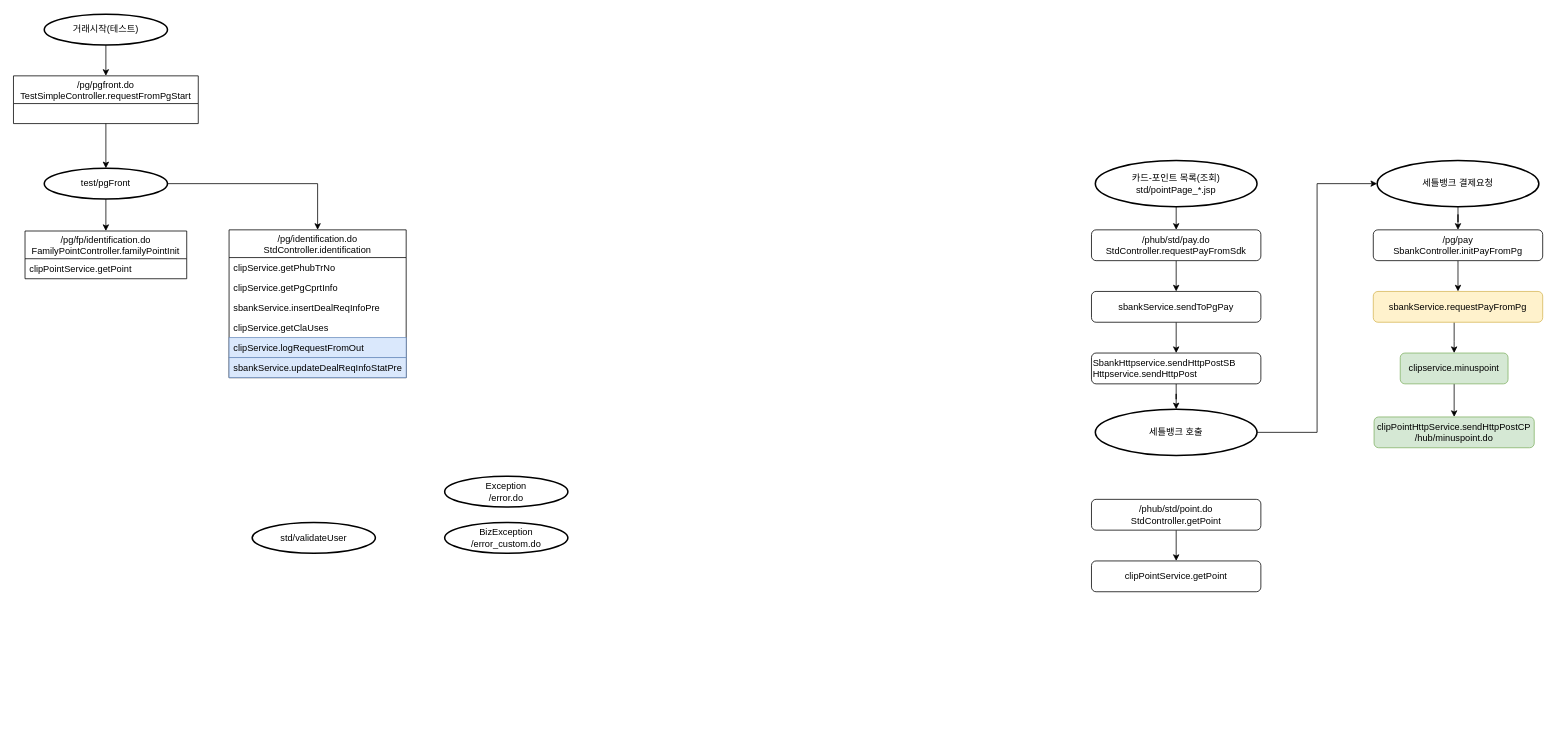
This is pointHub_PA.drawio from latemorning/sichuan, a draw.io file, before an edit. Source tidied: cells renumbered, new cells numbered last; positions are measured from the earlier drawing's top-left corner, leaving out a move shared by most shapes. Both pictures are drawn from the tidied source at 77%, with x=0, y=0 at pixel (13, 14).
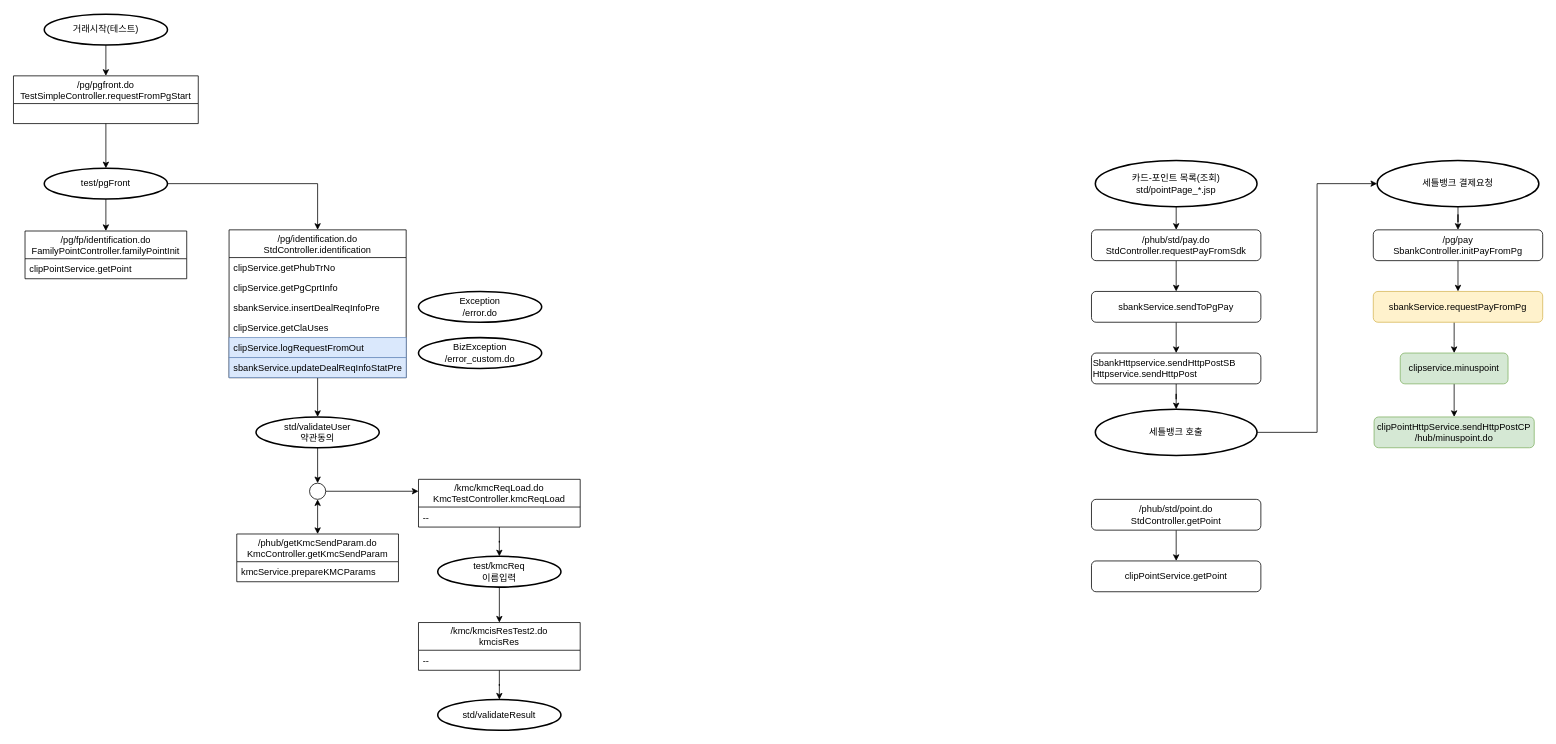
The same page after the edit.

The change refers to these unchanged cells:
```xml
<mxCell id="33" value="/pg/identification.do&#10;StdController.identification" style="swimlane;fontStyle=0;horizontal=1;startSize=36;fillColor=none;" parent="1" vertex="1">
  <mxGeometry x="280" y="280" width="230" height="192" as="geometry" />
</mxCell>
```

The edit, as a diff of the source:
```diff
@@
+    <mxCell id="43" style="edgeStyle=orthogonalEdgeStyle;rounded=0;jettySize=auto;html=1;entryX=0.5;entryY=0;entryDx=0;entryDy=0;entryPerimeter=0;" parent="1" edge="1" source="33" target="40">
+      <mxGeometry relative="1" as="geometry" />
+    </mxCell>
@@
+    <mxCell id="44" style="edgeStyle=orthogonalEdgeStyle;rounded=0;jettySize=auto;html=1;entryX=0.5;entryY=0;entryDx=0;entryDy=0;" parent="1" edge="1" source="40" target="49">
+      <mxGeometry relative="1" as="geometry" />
+    </mxCell>
-    <mxCell id="40" value="std/validateUser" style="strokeWidth=2;html=1;shape=mxgraph.flowchart.start_1;whiteSpace=wrap;fontSize=12;align=center;" parent="1" vertex="1">
-      <mxGeometry x="310" y="660" width="160" height="40" as="geometry" />
+    <mxCell id="40" value="std/validateUser&lt;br&gt;약관동의" style="strokeWidth=2;html=1;shape=mxgraph.flowchart.start_1;whiteSpace=wrap;fontSize=12;align=center;" parent="1" vertex="1">
+      <mxGeometry x="315" y="523" width="160" height="40" as="geometry" />
     </mxCell>
     <mxCell id="41" value="BizException&lt;br&gt;/error_custom.do" style="strokeWidth=2;html=1;shape=mxgraph.flowchart.start_1;whiteSpace=wrap;fontSize=12;align=center;" parent="1" vertex="1">
-      <mxGeometry x="560" y="660" width="160" height="40" as="geometry" />
+      <mxGeometry x="526" y="420" width="160" height="40" as="geometry" />
     </mxCell>
     <mxCell id="42" value="Exception&lt;br&gt;/error.do" style="strokeWidth=2;html=1;shape=mxgraph.flowchart.start_1;whiteSpace=wrap;fontSize=12;align=center;" parent="1" vertex="1">
-      <mxGeometry x="560" y="600" width="160" height="40" as="geometry" />
+      <mxGeometry x="526" y="360" width="160" height="40" as="geometry" />
     </mxCell>
+    <mxCell id="45" value="/phub/getKmcSendParam.do&#10;KmcController.getKmcSendParam" style="swimlane;fontStyle=0;horizontal=1;startSize=36;fillColor=none;" parent="1" vertex="1">
+      <mxGeometry x="290" y="675" width="210" height="62" as="geometry" />
+    </mxCell>
+    <mxCell id="46" value="kmcService.prepareKMCParams" style="text;strokeColor=none;fillColor=none;align=left;verticalAlign=top;spacingLeft=4;spacingRight=4;overflow=hidden;" parent="45" vertex="1">
+      <mxGeometry y="36" width="210" height="26" as="geometry" />
+    </mxCell>
+    <mxCell id="47" style="edgeStyle=orthogonalEdgeStyle;rounded=0;jettySize=auto;html=1;entryX=0.5;entryY=0;entryDx=0;entryDy=0;startArrow=classic;startFill=1;" parent="1" edge="1" source="49" target="45">
+      <mxGeometry relative="1" as="geometry" />
+    </mxCell>
+    <mxCell id="48" style="edgeStyle=orthogonalEdgeStyle;rounded=0;jettySize=auto;html=1;startArrow=none;startFill=0;entryX=0;entryY=0.25;entryDx=0;entryDy=0;" parent="1" edge="1" source="49" target="51">
+      <mxGeometry relative="1" as="geometry" />
+    </mxCell>
+    <mxCell id="49" style="ellipse;whiteSpace=wrap;html=1;" parent="1" vertex="1">
+      <mxGeometry x="384.5" y="609" width="21" height="21" as="geometry" />
+    </mxCell>
+    <mxCell id="50" style="edgeStyle=orthogonalEdgeStyle;rounded=0;jettySize=auto;html=1;entryX=0.5;entryY=0;entryDx=0;entryDy=0;entryPerimeter=0;startArrow=none;startFill=0;" parent="1" edge="1" source="51" target="54">
+      <mxGeometry relative="1" as="geometry" />
+    </mxCell>
+    <mxCell id="51" value="/kmc/kmcReqLoad.do&#10;KmcTestController.kmcReqLoad" style="swimlane;fontStyle=0;horizontal=1;startSize=36;fillColor=none;" parent="1" vertex="1">
+      <mxGeometry x="526" y="604" width="210" height="62" as="geometry" />
+    </mxCell>
+    <mxCell id="52" value="--" style="text;strokeColor=none;fillColor=none;align=left;verticalAlign=top;spacingLeft=4;spacingRight=4;overflow=hidden;" parent="51" vertex="1">
+      <mxGeometry y="36" width="210" height="26" as="geometry" />
+    </mxCell>
+    <mxCell id="53" style="edgeStyle=orthogonalEdgeStyle;rounded=0;jettySize=auto;html=1;entryX=0.5;entryY=0;entryDx=0;entryDy=0;startArrow=none;startFill=0;" parent="1" edge="1" source="54" target="56">
+      <mxGeometry relative="1" as="geometry" />
+    </mxCell>
+    <mxCell id="54" value="test/kmcReq&lt;br&gt;이름입력" style="strokeWidth=2;html=1;shape=mxgraph.flowchart.start_1;whiteSpace=wrap;fontSize=12;align=center;" parent="1" vertex="1">
+      <mxGeometry x="551" y="704" width="160" height="40" as="geometry" />
+    </mxCell>
+    <mxCell id="55" style="edgeStyle=orthogonalEdgeStyle;rounded=0;jettySize=auto;html=1;entryX=0.5;entryY=0;entryDx=0;entryDy=0;entryPerimeter=0;startArrow=none;startFill=0;" parent="1" edge="1" source="56" target="58">
+      <mxGeometry relative="1" as="geometry" />
+    </mxCell>
+    <mxCell id="56" value="/kmc/kmcisResTest2.do&#10;kmcisRes" style="swimlane;fontStyle=0;horizontal=1;startSize=36;fillColor=none;" parent="1" vertex="1">
+      <mxGeometry x="526" y="790" width="210" height="62" as="geometry" />
+    </mxCell>
+    <mxCell id="57" value="--" style="text;strokeColor=none;fillColor=none;align=left;verticalAlign=top;spacingLeft=4;spacingRight=4;overflow=hidden;" parent="56" vertex="1">
+      <mxGeometry y="36" width="210" height="26" as="geometry" />
+    </mxCell>
+    <mxCell id="58" value="std/validateResult" style="strokeWidth=2;html=1;shape=mxgraph.flowchart.start_1;whiteSpace=wrap;fontSize=12;align=center;" parent="1" vertex="1">
+      <mxGeometry x="551" y="890" width="160" height="40" as="geometry" />
+    </mxCell>
```
